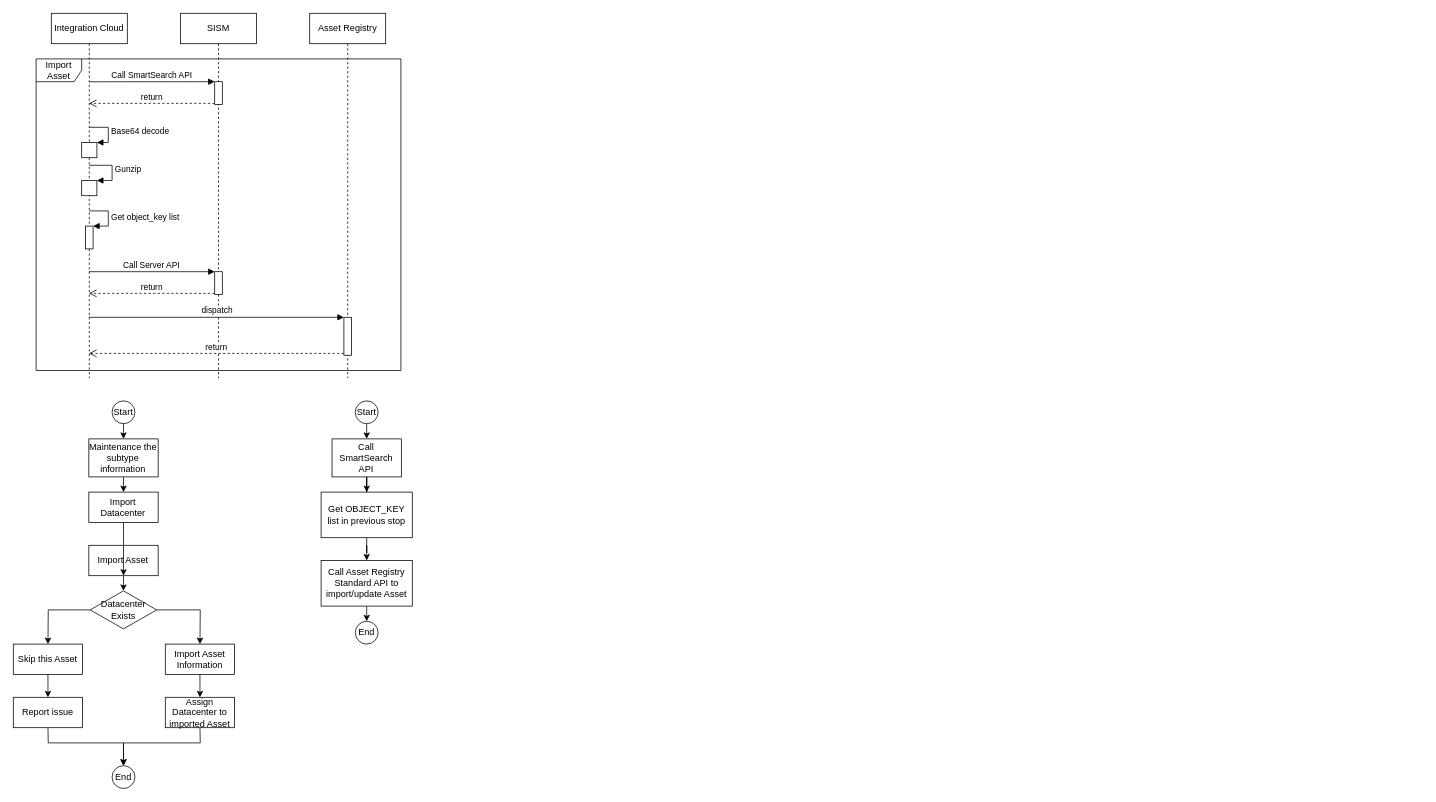
The draw.io diagram sism/sismImport.drawio in liye7881/draw.io, before the edit. Source tidied: cells renumbered, new cells numbered last; positions are measured from the earlier drawing's top-left corner, leaving out a move shared by most shapes. Both pictures are drawn from the tidied source at 76%, with x=0, y=0 at pixel (13, 13).
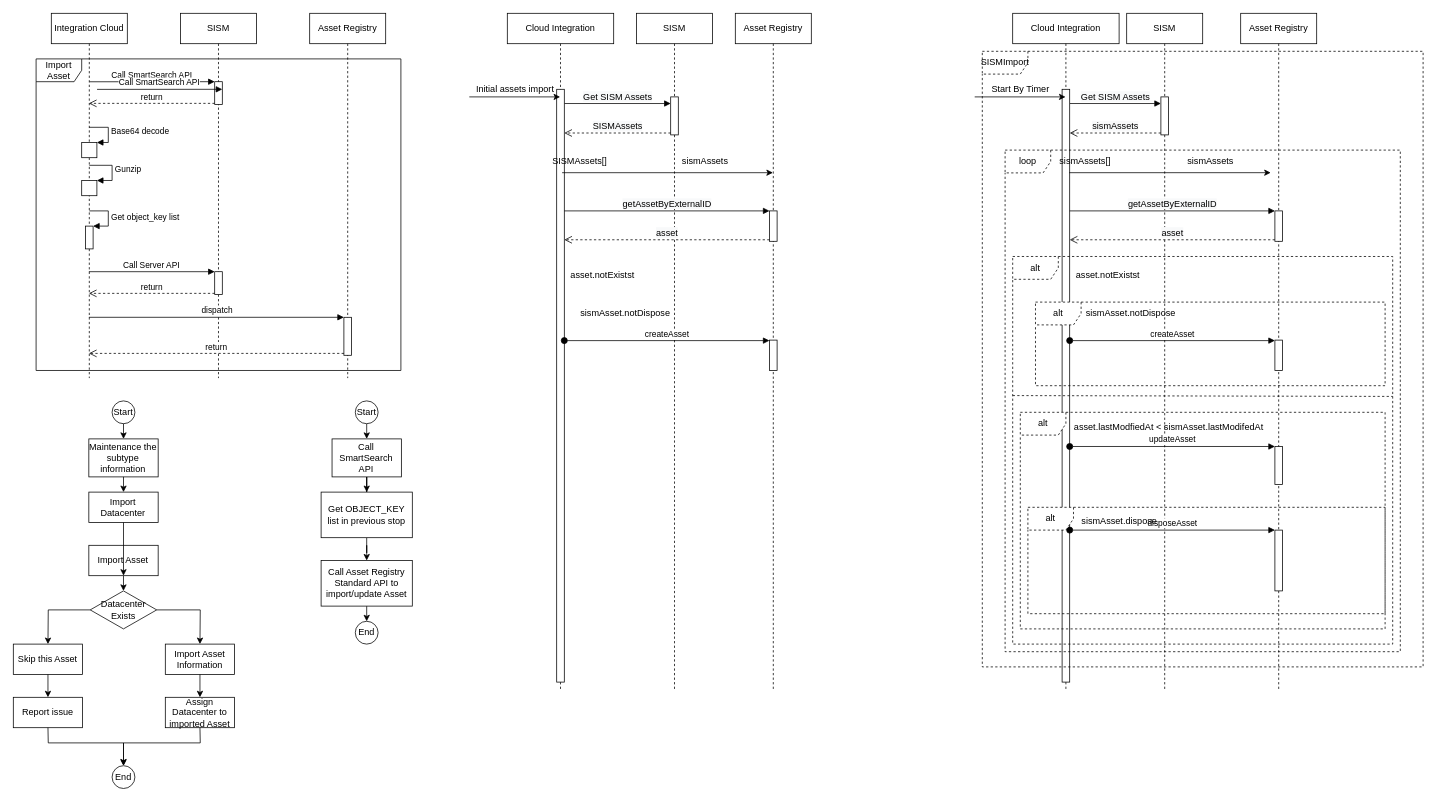
After the change.

Change to the diagram source:
```diff
@@
+    <mxCell id="50" value="Cloud Integration" style="shape=umlLifeline;perimeter=lifelinePerimeter;whiteSpace=wrap;html=1;outlineConnect=0;" parent="1" vertex="1">
+      <mxGeometry x="650" width="140" height="890" as="geometry" />
+    </mxCell>
+    <mxCell id="51" style="html=1;points=[];perimeter=orthogonalPerimeter;" parent="50" vertex="1">
+      <mxGeometry x="65" y="100" width="10" height="780" as="geometry" />
+    </mxCell>
+    <mxCell id="52" value="Asset Registry" style="shape=umlLifeline;perimeter=lifelinePerimeter;whiteSpace=wrap;html=1;outlineConnect=0;" parent="1" vertex="1">
+      <mxGeometry x="950" width="100" height="890" as="geometry" />
+    </mxCell>
+    <mxCell id="53" style="html=1;points=[];perimeter=orthogonalPerimeter;" parent="52" vertex="1">
+      <mxGeometry x="45" y="260" width="10" height="40" as="geometry" />
+    </mxCell>
+    <mxCell id="54" style="html=1;points=[];perimeter=orthogonalPerimeter;" parent="52" vertex="1">
+      <mxGeometry x="45" y="430" width="10" height="40" as="geometry" />
+    </mxCell>
+    <mxCell id="55" value="SISM" style="shape=umlLifeline;perimeter=lifelinePerimeter;whiteSpace=wrap;html=1;" parent="1" vertex="1">
+      <mxGeometry x="820" width="100" height="890" as="geometry" />
+    </mxCell>
+    <mxCell id="56" style="html=1;points=[];perimeter=orthogonalPerimeter;" parent="55" vertex="1">
+      <mxGeometry x="45" y="110" width="10" height="50" as="geometry" />
+    </mxCell>
+    <mxCell id="57" value="Call SmartSearch API" style="html=1;verticalAlign=bottom;endArrow=block;entryX=0;entryY=0;rounded=0;exitX=0.179;exitY=0.118;exitDx=0;exitDy=0;exitPerimeter=0;" parent="1" edge="1">
+      <mxGeometry relative="1" as="geometry">
+        <mxPoint x="110.2" y="100.1" as="sourcePoint" />
+        <mxPoint x="275" y="100" as="targetPoint" />
+      </mxGeometry>
+    </mxCell>
+    <mxCell id="58" style="endArrow=classic;html=1;rounded=0;" parent="1" edge="1" target="50">
+      <mxGeometry relative="1" as="geometry">
+        <mxPoint x="600" y="110" as="sourcePoint" />
+      </mxGeometry>
+    </mxCell>
+    <mxCell id="59" value="Initial assets import" style="text;html=1;align=center;verticalAlign=middle;strokeColor=none;fillColor=none;" parent="1" vertex="1">
+      <mxGeometry x="595" y="85" width="130" height="30" as="geometry" />
+    </mxCell>
+    <mxCell id="60" style="endArrow=classic;html=1;rounded=0;exitX=0.271;exitY=0.991;exitDx=0;exitDy=0;exitPerimeter=0;" parent="1" edge="1" source="67" target="52">
+      <mxGeometry relative="1" as="geometry" />
+    </mxCell>
+    <mxCell id="61" value="&lt;span style=&quot;font-size: 12px; background-color: rgb(248, 249, 250);&quot;&gt;Get SISM Assets&lt;/span&gt;" style="html=1;verticalAlign=bottom;endArrow=block;rounded=0;exitX=1.034;exitY=0.024;exitDx=0;exitDy=0;exitPerimeter=0;" parent="1" edge="1" source="51" target="56">
+      <mxGeometry relative="1" as="geometry" />
+    </mxCell>
+    <mxCell id="62" value="&lt;span style=&quot;font-size: 12px; background-color: rgb(248, 249, 250);&quot;&gt;SISMAssets&lt;/span&gt;" style="html=1;verticalAlign=bottom;endArrow=open;dashed=1;endSize=8;exitX=0;exitY=0.95;rounded=0;" parent="1" edge="1" source="56" target="51">
+      <mxGeometry relative="1" as="geometry" />
+    </mxCell>
+    <mxCell id="63" value="&lt;span style=&quot;font-size: 12px; background-color: rgb(248, 249, 250);&quot;&gt;getAssetByExternalID&lt;/span&gt;" style="html=1;verticalAlign=bottom;endArrow=block;entryX=0;entryY=0;rounded=0;" parent="1" edge="1" source="51" target="53">
+      <mxGeometry relative="1" as="geometry" />
+    </mxCell>
+    <mxCell id="64" value="&lt;span style=&quot;font-size: 12px; background-color: rgb(248, 249, 250);&quot;&gt;asset&lt;/span&gt;" style="html=1;verticalAlign=bottom;endArrow=open;dashed=1;endSize=8;exitX=0;exitY=0.95;rounded=0;" parent="1" edge="1" source="53" target="51">
+      <mxGeometry relative="1" as="geometry" />
+    </mxCell>
+    <mxCell id="65" value="createAsset" style="html=1;verticalAlign=bottom;startArrow=oval;endArrow=block;startSize=8;rounded=0;entryX=0;entryY=0.017;entryDx=0;entryDy=0;entryPerimeter=0;" parent="1" edge="1" source="51" target="54">
+      <mxGeometry relative="1" as="geometry" />
+    </mxCell>
+    <mxCell id="66" value="sismAssets" style="text;html=1;align=center;verticalAlign=middle;strokeColor=none;fillColor=none;" parent="1" vertex="1">
+      <mxGeometry x="870" y="180" width="80" height="30" as="geometry" />
+    </mxCell>
+    <mxCell id="67" value="SISMAssets[]" style="text;html=1;align=center;verticalAlign=middle;points=[];strokeColor=none;fillColor=none;" parent="1" vertex="1">
+      <mxGeometry x="695" y="180" width="100" height="30" as="geometry" />
+    </mxCell>
+    <mxCell id="68" value="asset.notExistst" style="text;html=1;align=center;verticalAlign=middle;strokeColor=none;fillColor=none;" parent="1" vertex="1">
+      <mxGeometry x="720" y="330" width="110" height="30" as="geometry" />
+    </mxCell>
+    <mxCell id="69" value="sismAsset.notDispose" style="text;html=1;align=center;verticalAlign=middle;strokeColor=none;fillColor=none;" parent="1" vertex="1">
+      <mxGeometry x="735" y="380" width="140" height="30" as="geometry" />
+    </mxCell>
+    <mxCell id="70" value="Cloud Integration" style="shape=umlLifeline;perimeter=lifelinePerimeter;whiteSpace=wrap;html=1;outlineConnect=0;" parent="1" vertex="1">
+      <mxGeometry x="1315" width="140" height="890" as="geometry" />
+    </mxCell>
+    <mxCell id="71" style="html=1;points=[];perimeter=orthogonalPerimeter;" parent="70" vertex="1">
+      <mxGeometry x="65" y="100" width="10" height="780" as="geometry" />
+    </mxCell>
+    <mxCell id="72" value="Asset Registry" style="shape=umlLifeline;perimeter=lifelinePerimeter;whiteSpace=wrap;html=1;" parent="1" vertex="1">
+      <mxGeometry x="1615" width="100" height="890" as="geometry" />
+    </mxCell>
+    <mxCell id="73" style="html=1;points=[];perimeter=orthogonalPerimeter;" parent="72" vertex="1">
+      <mxGeometry x="45" y="260" width="10" height="40" as="geometry" />
+    </mxCell>
+    <mxCell id="74" style="html=1;points=[];perimeter=orthogonalPerimeter;" parent="72" vertex="1">
+      <mxGeometry x="45" y="430" width="10" height="40" as="geometry" />
+    </mxCell>
+    <mxCell id="75" style="html=1;points=[];perimeter=orthogonalPerimeter;" parent="72" vertex="1">
+      <mxGeometry x="45" y="570" width="10" height="50" as="geometry" />
+    </mxCell>
+    <mxCell id="76" style="html=1;points=[];perimeter=orthogonalPerimeter;" parent="72" vertex="1">
+      <mxGeometry x="45" y="680" width="10" height="80" as="geometry" />
+    </mxCell>
+    <mxCell id="77" value="SISM" style="shape=umlLifeline;perimeter=lifelinePerimeter;whiteSpace=wrap;html=1;" parent="1" vertex="1">
+      <mxGeometry x="1465" width="100" height="890" as="geometry" />
+    </mxCell>
+    <mxCell id="78" style="html=1;points=[];perimeter=orthogonalPerimeter;" parent="77" vertex="1">
+      <mxGeometry x="45" y="110" width="10" height="50" as="geometry" />
+    </mxCell>
+    <mxCell id="79" style="endArrow=classic;html=1;rounded=0;" parent="1" edge="1" target="70">
+      <mxGeometry relative="1" as="geometry">
+        <mxPoint x="1265" y="110" as="sourcePoint" />
+      </mxGeometry>
+    </mxCell>
+    <mxCell id="80" value="Start By Timer" style="text;html=1;align=center;verticalAlign=middle;strokeColor=none;fillColor=none;" parent="1" vertex="1">
+      <mxGeometry x="1275" y="85" width="100" height="30" as="geometry" />
+    </mxCell>
+    <mxCell id="81" style="endArrow=classic;html=1;rounded=0;exitX=0.271;exitY=0.991;exitDx=0;exitDy=0;exitPerimeter=0;" parent="1" edge="1" source="91">
+      <mxGeometry relative="1" as="geometry">
+        <mxPoint x="1654.5" y="209.7" as="targetPoint" />
+      </mxGeometry>
+    </mxCell>
+    <mxCell id="82" value="&lt;span style=&quot;font-size: 12px; background-color: rgb(248, 249, 250);&quot;&gt;Get SISM Assets&lt;/span&gt;" style="html=1;verticalAlign=bottom;endArrow=block;rounded=0;exitX=1.034;exitY=0.024;exitDx=0;exitDy=0;exitPerimeter=0;" parent="1" edge="1" source="71" target="78">
+      <mxGeometry relative="1" as="geometry" />
+    </mxCell>
+    <mxCell id="83" value="&lt;span style=&quot;font-size: 12px; background-color: rgb(248, 249, 250);&quot;&gt;sismAssets&lt;/span&gt;" style="html=1;verticalAlign=bottom;endArrow=open;dashed=1;endSize=8;exitX=0;exitY=0.95;rounded=0;" parent="1" edge="1" source="78" target="71">
+      <mxGeometry relative="1" as="geometry" />
+    </mxCell>
+    <mxCell id="84" value="&lt;span style=&quot;font-size: 12px; background-color: rgb(248, 249, 250);&quot;&gt;getAssetByExternalID&lt;/span&gt;" style="html=1;verticalAlign=bottom;endArrow=block;entryX=0;entryY=0;rounded=0;" parent="1" edge="1" source="71" target="73">
+      <mxGeometry relative="1" as="geometry" />
+    </mxCell>
+    <mxCell id="85" value="&lt;span style=&quot;font-size: 12px; background-color: rgb(248, 249, 250);&quot;&gt;asset&lt;/span&gt;" style="html=1;verticalAlign=bottom;endArrow=open;dashed=1;endSize=8;exitX=0;exitY=0.95;rounded=0;" parent="1" edge="1" source="73" target="71">
+      <mxGeometry relative="1" as="geometry" />
+    </mxCell>
+    <mxCell id="86" value="createAsset" style="html=1;verticalAlign=bottom;startArrow=oval;endArrow=block;startSize=8;rounded=0;entryX=0;entryY=0.017;entryDx=0;entryDy=0;entryPerimeter=0;" parent="1" edge="1" source="71" target="74">
+      <mxGeometry relative="1" as="geometry" />
+    </mxCell>
+    <mxCell id="87" value="updateAsset" style="html=1;verticalAlign=bottom;startArrow=oval;endArrow=block;startSize=8;rounded=0;" parent="1" edge="1" source="71" target="75">
+      <mxGeometry relative="1" as="geometry" />
+    </mxCell>
+    <mxCell id="88" value="disposeAsset" style="html=1;verticalAlign=bottom;startArrow=oval;endArrow=block;startSize=8;rounded=0;" parent="1" edge="1" source="71" target="76">
+      <mxGeometry relative="1" as="geometry" />
+    </mxCell>
+    <mxCell id="89" value="sismAssets" style="text;html=1;align=center;verticalAlign=middle;strokeColor=none;fillColor=none;" parent="1" vertex="1">
+      <mxGeometry x="1535" y="180" width="80" height="30" as="geometry" />
+    </mxCell>
+    <mxCell id="90" value="loop" style="shape=umlFrame;whiteSpace=wrap;html=1;dashed=1;" parent="1" vertex="1">
+      <mxGeometry x="1305" y="180" width="520" height="660" as="geometry" />
+    </mxCell>
+    <mxCell id="91" value="sismAssets[]" style="text;html=1;align=center;verticalAlign=middle;points=[];strokeColor=none;fillColor=none;" parent="1" vertex="1">
+      <mxGeometry x="1365" y="180" width="90" height="30" as="geometry" />
+    </mxCell>
+    <mxCell id="92" value="alt" style="shape=umlFrame;whiteSpace=wrap;html=1;dashed=1;" parent="1" vertex="1">
+      <mxGeometry x="1315" y="320" width="500" height="510" as="geometry" />
+    </mxCell>
+    <mxCell id="93" value="asset.notExistst" style="text;html=1;align=center;verticalAlign=middle;strokeColor=none;fillColor=none;" parent="1" vertex="1">
+      <mxGeometry x="1385" y="330" width="110" height="30" as="geometry" />
+    </mxCell>
+    <mxCell id="94" value="alt" style="shape=umlFrame;whiteSpace=wrap;html=1;dashed=1;" parent="1" vertex="1">
+      <mxGeometry x="1345" y="380" width="460" height="110" as="geometry" />
+    </mxCell>
+    <mxCell id="95" value="sismAsset.notDispose" style="text;html=1;align=center;verticalAlign=middle;strokeColor=none;fillColor=none;" parent="1" vertex="1">
+      <mxGeometry x="1400" y="380" width="140" height="30" as="geometry" />
+    </mxCell>
+    <mxCell id="96" style="endArrow=none;dashed=1;html=1;rounded=0;entryX=1;entryY=0.361;entryDx=0;entryDy=0;entryPerimeter=0;" parent="1" edge="1" target="92">
+      <mxGeometry relative="1" as="geometry">
+        <mxPoint x="1315" y="503" as="sourcePoint" />
+      </mxGeometry>
+    </mxCell>
+    <mxCell id="97" value="alt" style="shape=umlFrame;whiteSpace=wrap;html=1;dashed=1;" parent="1" vertex="1">
+      <mxGeometry x="1325" y="525" width="480" height="285" as="geometry" />
+    </mxCell>
+    <mxCell id="98" value="asset.lastModfiedAt &amp;lt; sismAsset.lastModifedAt" style="text;html=1;align=center;verticalAlign=middle;strokeColor=none;fillColor=none;" parent="1" vertex="1">
+      <mxGeometry x="1385" y="530" width="270" height="30" as="geometry" />
+    </mxCell>
+    <mxCell id="99" value="alt" style="shape=umlFrame;whiteSpace=wrap;html=1;dashed=1;" parent="1" vertex="1">
+      <mxGeometry x="1335" y="650" width="470" height="140" as="geometry" />
+    </mxCell>
+    <mxCell id="100" value="sismAsset.dispose" style="text;html=1;align=center;verticalAlign=middle;strokeColor=none;fillColor=none;" parent="1" vertex="1">
+      <mxGeometry x="1395" y="652.5" width="120" height="30" as="geometry" />
+    </mxCell>
+    <mxCell id="101" value="SISMImport" style="shape=umlFrame;whiteSpace=wrap;html=1;dashed=1;" parent="1" vertex="1">
+      <mxGeometry x="1275" y="50" width="580" height="810" as="geometry" />
+    </mxCell>
```
